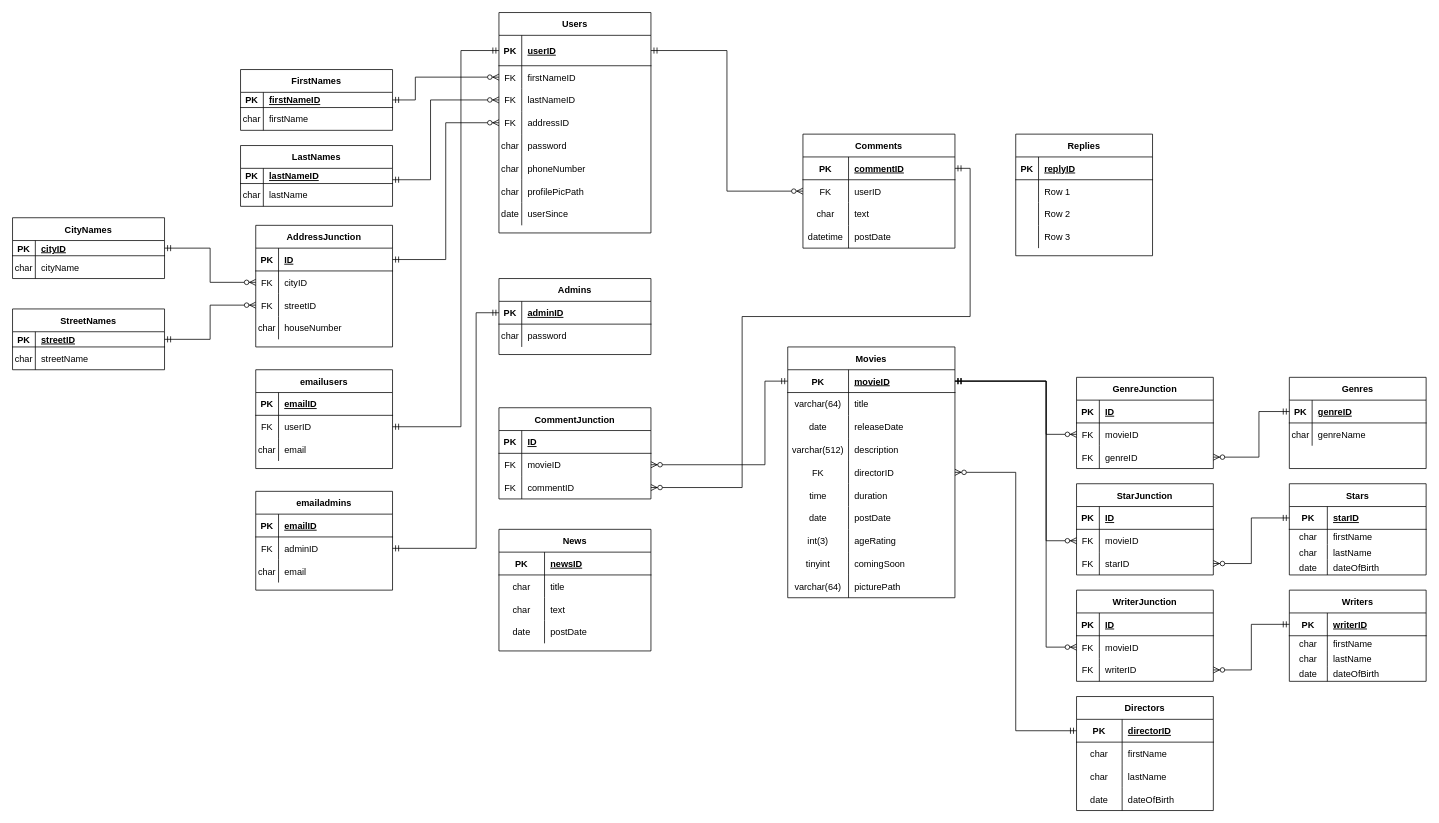
Before: FlickClickER.drawio in nikolailarsen01/FlickClick, a draw.io diagram. Source tidied: cells renumbered, new cells numbered last; positions are measured from the earlier drawing's top-left corner, leaving out a move shared by most shapes. Both pictures are drawn from the tidied source at 76%, with x=0, y=0 at pixel (12, 12).
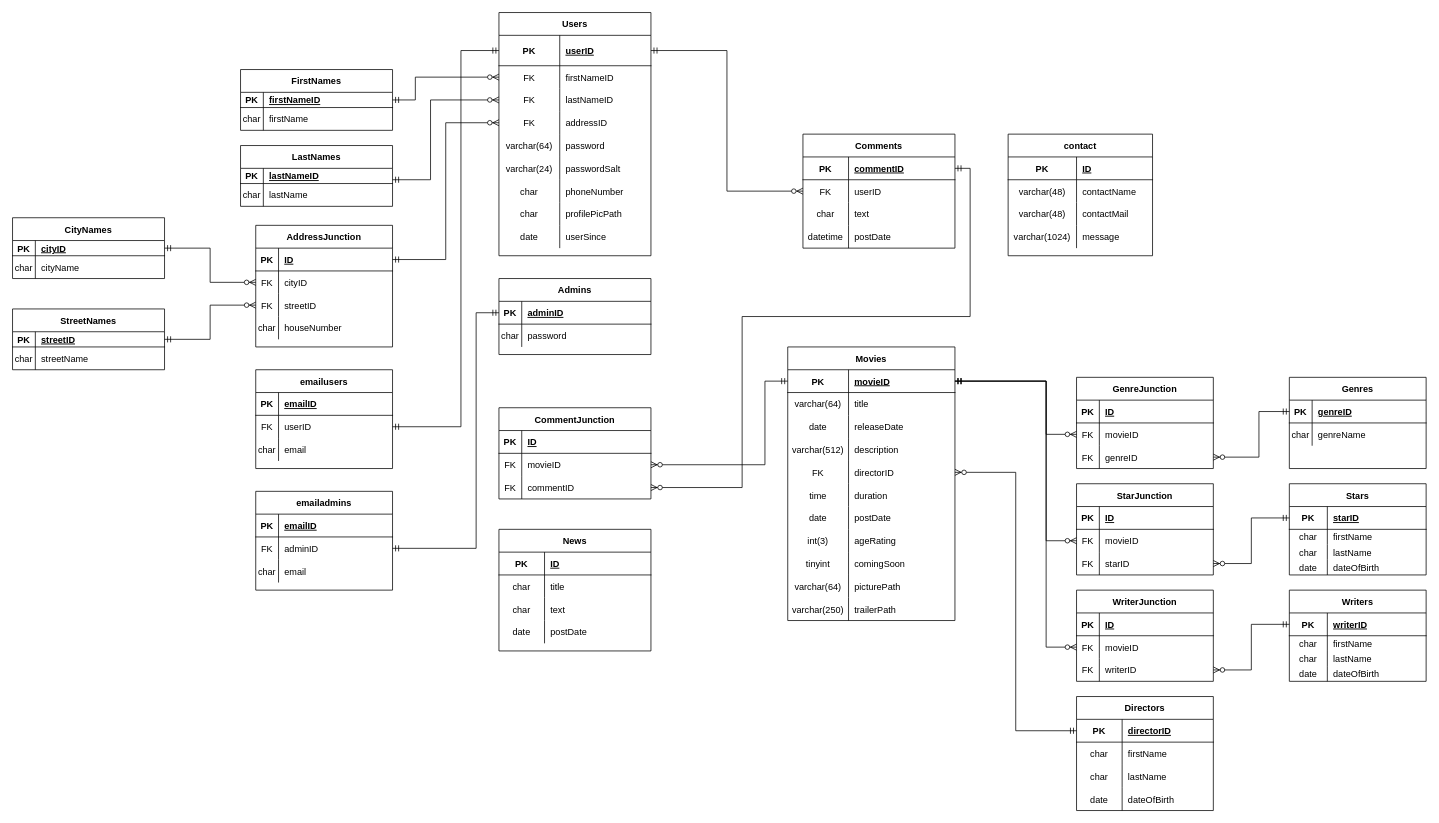
Above is the later version.

The change refers to these unchanged cells:
```xml
<mxCell id="3" style="shape=partialRectangle;fillColor=none;top=0;left=0;bottom=1;right=0;points=[[0,0.5],[1,0.5]];portConstraint=eastwest;" parent="2" vertex="1">
  <mxGeometry y="30" width="200" height="40" as="geometry" />
</mxCell>
<mxCell id="6" style="shape=partialRectangle;fillColor=none;top=0;left=0;bottom=0;right=0;points=[[0,0.5],[1,0.5]];portConstraint=eastwest;" parent="2" vertex="1">
  <mxGeometry y="70" width="200" height="30" as="geometry" />
</mxCell>
<mxCell id="9" style="shape=partialRectangle;fillColor=none;top=0;left=0;bottom=0;right=0;points=[[0,0.5],[1,0.5]];portConstraint=eastwest;" parent="2" vertex="1">
  <mxGeometry y="100" width="200" height="30" as="geometry" />
</mxCell>
<mxCell id="12" style="shape=partialRectangle;fillColor=none;top=0;left=0;bottom=0;right=0;points=[[0,0.5],[1,0.5]];portConstraint=eastwest;" parent="2" vertex="1">
  <mxGeometry y="130" width="200" height="30" as="geometry" />
</mxCell>
<mxCell id="15" style="shape=partialRectangle;fillColor=none;top=0;left=0;bottom=0;right=0;" parent="2" vertex="1">
  <mxGeometry y="160" width="200" height="30" as="geometry" />
</mxCell>
<mxCell id="101" style="shape=partialRectangle;fillColor=none;top=0;left=0;bottom=1;right=0;" parent="100" vertex="1">
  <mxGeometry y="30" width="200" height="30" as="geometry" />
</mxCell>
```

What changed in the source:
```diff
@@
     <mxCell id="2" value="Users" style="shape=table;startSize=30;childLayout=tableLayout;rowLines=0;fontStyle=1;align=center;" parent="1" vertex="1">
-      <mxGeometry x="640" width="200" height="290" as="geometry" />
+      <mxGeometry x="640" width="200" height="320" as="geometry" />
     </mxCell>
@@
     <mxCell id="4" value="PK" style="shape=partialRectangle;fillColor=none;top=0;left=0;bottom=0;right=0;fontStyle=1;overflow=hidden;" parent="3" vertex="1">
-      <mxGeometry width="30" height="40" as="geometry" />
+      <mxGeometry width="80" height="40" as="geometry" />
     </mxCell>
     <mxCell id="5" value="userID" style="shape=partialRectangle;fillColor=none;top=0;left=0;bottom=0;right=0;align=left;spacingLeft=6;fontStyle=5;overflow=hidden;" parent="3" vertex="1">
-      <mxGeometry x="30" width="170" height="40" as="geometry" />
+      <mxGeometry x="80" width="120" height="40" as="geometry" />
     </mxCell>
@@
     <mxCell id="7" value="FK" style="shape=partialRectangle;fillColor=none;top=0;left=0;bottom=0;right=0;overflow=hidden;" parent="6" vertex="1">
-      <mxGeometry width="30" height="30" as="geometry" />
+      <mxGeometry width="80" height="30" as="geometry" />
     </mxCell>
     <mxCell id="8" value="firstNameID" style="shape=partialRectangle;fillColor=none;top=0;left=0;bottom=0;right=0;align=left;spacingLeft=6;overflow=hidden;" parent="6" vertex="1">
-      <mxGeometry x="30" width="170" height="30" as="geometry" />
+      <mxGeometry x="80" width="120" height="30" as="geometry" />
     </mxCell>
@@
     <mxCell id="10" value="FK" style="shape=partialRectangle;fillColor=none;top=0;left=0;bottom=0;right=0;fontStyle=0;overflow=hidden;" parent="9" vertex="1">
-      <mxGeometry width="30" height="30" as="geometry" />
+      <mxGeometry width="80" height="30" as="geometry" />
     </mxCell>
     <mxCell id="11" value="lastNameID" style="shape=partialRectangle;fillColor=none;top=0;left=0;bottom=0;right=0;align=left;spacingLeft=6;fontStyle=0;overflow=hidden;" parent="9" vertex="1">
-      <mxGeometry x="30" width="170" height="30" as="geometry" />
+      <mxGeometry x="80" width="120" height="30" as="geometry" />
     </mxCell>
@@
     <mxCell id="13" value="FK" style="shape=partialRectangle;fillColor=none;top=0;left=0;bottom=0;right=0;fontStyle=0;overflow=hidden;" parent="12" vertex="1">
-      <mxGeometry width="30" height="30" as="geometry" />
+      <mxGeometry width="80" height="30" as="geometry" />
     </mxCell>
     <mxCell id="14" value="addressID" style="shape=partialRectangle;fillColor=none;top=0;left=0;bottom=0;right=0;align=left;spacingLeft=6;fontStyle=0;overflow=hidden;" parent="12" vertex="1">
-      <mxGeometry x="30" width="170" height="30" as="geometry" />
+      <mxGeometry x="80" width="120" height="30" as="geometry" />
     </mxCell>
@@
-    <mxCell id="16" value="char" style="shape=partialRectangle;fillColor=none;top=0;left=0;bottom=0;right=0;overflow=hidden;" parent="15" vertex="1">
-      <mxGeometry width="30" height="30" as="geometry" />
+    <mxCell id="16" value="varchar(64)" style="shape=partialRectangle;fillColor=none;top=0;left=0;bottom=0;right=0;overflow=hidden;" parent="15" vertex="1">
+      <mxGeometry width="80" height="30" as="geometry" />
     </mxCell>
     <mxCell id="17" value="password" style="shape=partialRectangle;fillColor=none;top=0;left=0;bottom=0;right=0;align=left;spacingLeft=6;overflow=hidden;" parent="15" vertex="1">
-      <mxGeometry x="30" width="170" height="30" as="geometry" />
+      <mxGeometry x="80" width="120" height="30" as="geometry" />
     </mxCell>
+    <mxCell id="269" style="shape=partialRectangle;fillColor=none;top=0;left=0;bottom=0;right=0;" parent="2" vertex="1">
+      <mxGeometry y="190" width="200" height="30" as="geometry" />
+    </mxCell>
+    <mxCell id="270" value="varchar(24)" style="shape=partialRectangle;fillColor=none;top=0;left=0;bottom=0;right=0;fontStyle=0;overflow=hidden;" parent="269" vertex="1">
+      <mxGeometry width="80" height="30" as="geometry" />
+    </mxCell>
+    <mxCell id="271" value="passwordSalt" style="shape=partialRectangle;fillColor=none;top=0;left=0;bottom=0;right=0;align=left;spacingLeft=6;fontStyle=0;overflow=hidden;" parent="269" vertex="1">
+      <mxGeometry x="80" width="120" height="30" as="geometry" />
+    </mxCell>
     <mxCell id="18" style="shape=partialRectangle;fillColor=none;top=0;left=0;bottom=0;right=0;" parent="2" vertex="1">
-      <mxGeometry y="190" width="200" height="30" as="geometry" />
+      <mxGeometry y="220" width="200" height="30" as="geometry" />
     </mxCell>
     <mxCell id="19" value="char" style="shape=partialRectangle;fillColor=none;top=0;left=0;bottom=0;right=0;fontStyle=0;overflow=hidden;" parent="18" vertex="1">
-      <mxGeometry width="30" height="30" as="geometry" />
+      <mxGeometry width="80" height="30" as="geometry" />
     </mxCell>
     <mxCell id="20" value="phoneNumber" style="shape=partialRectangle;fillColor=none;top=0;left=0;bottom=0;right=0;align=left;spacingLeft=6;fontStyle=0;overflow=hidden;" parent="18" vertex="1">
-      <mxGeometry x="30" width="170" height="30" as="geometry" />
+      <mxGeometry x="80" width="120" height="30" as="geometry" />
     </mxCell>
     <mxCell id="21" style="shape=partialRectangle;fillColor=none;top=0;left=0;bottom=0;right=0;" parent="2" vertex="1">
-      <mxGeometry y="220" width="200" height="30" as="geometry" />
+      <mxGeometry y="250" width="200" height="30" as="geometry" />
     </mxCell>
     <mxCell id="22" value="char" style="shape=partialRectangle;fillColor=none;top=0;left=0;bottom=0;right=0;fontStyle=0;overflow=hidden;" parent="21" vertex="1">
-      <mxGeometry width="30" height="30" as="geometry" />
+      <mxGeometry width="80" height="30" as="geometry" />
     </mxCell>
     <mxCell id="23" value="profilePicPath" style="shape=partialRectangle;fillColor=none;top=0;left=0;bottom=0;right=0;align=left;spacingLeft=6;fontStyle=0;overflow=hidden;" parent="21" vertex="1">
-      <mxGeometry x="30" width="170" height="30" as="geometry" />
+      <mxGeometry x="80" width="120" height="30" as="geometry" />
     </mxCell>
     <mxCell id="24" style="shape=partialRectangle;fillColor=none;top=0;left=0;bottom=0;right=0;" parent="2" vertex="1">
-      <mxGeometry y="250" width="200" height="30" as="geometry" />
+      <mxGeometry y="280" width="200" height="30" as="geometry" />
     </mxCell>
     <mxCell id="25" value="date" style="shape=partialRectangle;fillColor=none;top=0;left=0;bottom=0;right=0;fontStyle=0;overflow=hidden;" parent="24" vertex="1">
-      <mxGeometry width="30" height="30" as="geometry" />
+      <mxGeometry width="80" height="30" as="geometry" />
     </mxCell>
     <mxCell id="26" value="userSince" style="shape=partialRectangle;fillColor=none;top=0;left=0;bottom=0;right=0;align=left;spacingLeft=6;fontStyle=0;overflow=hidden;" parent="24" vertex="1">
-      <mxGeometry x="30" width="170" height="30" as="geometry" />
+      <mxGeometry x="80" width="120" height="30" as="geometry" />
     </mxCell>
     <mxCell id="27" value="Movies" style="shape=table;startSize=30;childLayout=tableLayout;rowLines=0;fontStyle=1;align=center;" parent="1" vertex="1">
-      <mxGeometry x="1020" y="440" width="220" height="330" as="geometry" />
+      <mxGeometry x="1020" y="440" width="220" height="360" as="geometry" />
     </mxCell>
@@
+    <mxCell id="272" style="shape=partialRectangle;fillColor=none;top=0;left=0;bottom=0;right=0;" parent="27" vertex="1">
+      <mxGeometry y="330" width="220" height="30" as="geometry" />
+    </mxCell>
+    <mxCell id="273" value="varchar(250)" style="shape=partialRectangle;fillColor=none;top=0;left=0;bottom=0;right=0;fontStyle=0;overflow=hidden;" parent="272" vertex="1">
+      <mxGeometry width="80" height="30" as="geometry" />
+    </mxCell>
+    <mxCell id="274" value="trailerPath" style="shape=partialRectangle;fillColor=none;top=0;left=0;bottom=0;right=0;align=left;spacingLeft=6;fontStyle=0;overflow=hidden;" parent="272" vertex="1">
+      <mxGeometry x="80" width="140" height="30" as="geometry" />
+    </mxCell>
@@
-    <mxCell id="73" value="Replies" style="shape=table;startSize=30;childLayout=tableLayout;rowLines=0;fontStyle=1;align=center;" parent="1" vertex="1">
-      <mxGeometry x="1320" y="160" width="180" height="160" as="geometry" />
+    <mxCell id="73" value="contact" style="shape=table;startSize=30;childLayout=tableLayout;rowLines=0;fontStyle=1;align=center;" parent="1" vertex="1">
+      <mxGeometry x="1310" y="160" width="190" height="160" as="geometry" />
     </mxCell>
     <mxCell id="74" style="shape=partialRectangle;fillColor=none;top=0;left=0;bottom=1;right=0;" parent="73" vertex="1">
-      <mxGeometry y="30" width="180" height="30" as="geometry" />
+      <mxGeometry y="30" width="190" height="30" as="geometry" />
     </mxCell>
     <mxCell id="75" value="PK" style="shape=partialRectangle;fillColor=none;top=0;left=0;bottom=0;right=0;fontStyle=1;overflow=hidden;" parent="74" vertex="1">
-      <mxGeometry width="30" height="30" as="geometry" />
+      <mxGeometry width="90" height="30" as="geometry" />
     </mxCell>
-    <mxCell id="76" value="replyID" style="shape=partialRectangle;fillColor=none;top=0;left=0;bottom=0;right=0;align=left;spacingLeft=6;fontStyle=5;overflow=hidden;" parent="74" vertex="1">
-      <mxGeometry x="30" width="150" height="30" as="geometry" />
+    <mxCell id="76" value="ID" style="shape=partialRectangle;fillColor=none;top=0;left=0;bottom=0;right=0;align=left;spacingLeft=6;fontStyle=5;overflow=hidden;" parent="74" vertex="1">
+      <mxGeometry x="90" width="100" height="30" as="geometry" />
     </mxCell>
     <mxCell id="77" style="shape=partialRectangle;fillColor=none;top=0;left=0;bottom=0;right=0;" parent="73" vertex="1">
-      <mxGeometry y="60" width="180" height="30" as="geometry" />
+      <mxGeometry y="60" width="190" height="30" as="geometry" />
     </mxCell>
-    <mxCell id="78" style="shape=partialRectangle;fillColor=none;top=0;left=0;bottom=0;right=0;overflow=hidden;" parent="77" vertex="1">
-      <mxGeometry width="30" height="30" as="geometry" />
+    <mxCell id="78" value="varchar(48)" style="shape=partialRectangle;fillColor=none;top=0;left=0;bottom=0;right=0;overflow=hidden;" parent="77" vertex="1">
+      <mxGeometry width="90" height="30" as="geometry" />
     </mxCell>
-    <mxCell id="79" value="Row 1" style="shape=partialRectangle;fillColor=none;top=0;left=0;bottom=0;right=0;align=left;spacingLeft=6;overflow=hidden;" parent="77" vertex="1">
-      <mxGeometry x="30" width="150" height="30" as="geometry" />
+    <mxCell id="79" value="contactName" style="shape=partialRectangle;fillColor=none;top=0;left=0;bottom=0;right=0;align=left;spacingLeft=6;overflow=hidden;" parent="77" vertex="1">
+      <mxGeometry x="90" width="100" height="30" as="geometry" />
     </mxCell>
     <mxCell id="80" style="shape=partialRectangle;fillColor=none;top=0;left=0;bottom=0;right=0;" parent="73" vertex="1">
-      <mxGeometry y="90" width="180" height="30" as="geometry" />
+      <mxGeometry y="90" width="190" height="30" as="geometry" />
     </mxCell>
-    <mxCell id="81" style="shape=partialRectangle;fillColor=none;top=0;left=0;bottom=0;right=0;overflow=hidden;" parent="80" vertex="1">
-      <mxGeometry width="30" height="30" as="geometry" />
+    <mxCell id="81" value="varchar(48)" style="shape=partialRectangle;fillColor=none;top=0;left=0;bottom=0;right=0;overflow=hidden;" parent="80" vertex="1">
+      <mxGeometry width="90" height="30" as="geometry" />
     </mxCell>
-    <mxCell id="82" value="Row 2" style="shape=partialRectangle;fillColor=none;top=0;left=0;bottom=0;right=0;align=left;spacingLeft=6;overflow=hidden;" parent="80" vertex="1">
-      <mxGeometry x="30" width="150" height="30" as="geometry" />
+    <mxCell id="82" value="contactMail" style="shape=partialRectangle;fillColor=none;top=0;left=0;bottom=0;right=0;align=left;spacingLeft=6;overflow=hidden;" parent="80" vertex="1">
+      <mxGeometry x="90" width="100" height="30" as="geometry" />
     </mxCell>
     <mxCell id="83" style="shape=partialRectangle;fillColor=none;top=0;left=0;bottom=0;right=0;" parent="73" vertex="1">
-      <mxGeometry y="120" width="180" height="30" as="geometry" />
+      <mxGeometry y="120" width="190" height="30" as="geometry" />
     </mxCell>
-    <mxCell id="84" style="shape=partialRectangle;fillColor=none;top=0;left=0;bottom=0;right=0;overflow=hidden;" parent="83" vertex="1">
-      <mxGeometry width="30" height="30" as="geometry" />
+    <mxCell id="84" value="varchar(1024)" style="shape=partialRectangle;fillColor=none;top=0;left=0;bottom=0;right=0;overflow=hidden;" parent="83" vertex="1">
+      <mxGeometry width="90" height="30" as="geometry" />
     </mxCell>
-    <mxCell id="85" value="Row 3" style="shape=partialRectangle;fillColor=none;top=0;left=0;bottom=0;right=0;align=left;spacingLeft=6;overflow=hidden;" parent="83" vertex="1">
-      <mxGeometry x="30" width="150" height="30" as="geometry" />
+    <mxCell id="85" value="message" style="shape=partialRectangle;fillColor=none;top=0;left=0;bottom=0;right=0;align=left;spacingLeft=6;overflow=hidden;" parent="83" vertex="1">
+      <mxGeometry x="90" width="100" height="30" as="geometry" />
     </mxCell>
@@
-    <mxCell id="103" value="newsID" style="shape=partialRectangle;fillColor=none;top=0;left=0;bottom=0;right=0;align=left;spacingLeft=6;fontStyle=5;overflow=hidden;" parent="101" vertex="1">
+    <mxCell id="103" value="ID" style="shape=partialRectangle;fillColor=none;top=0;left=0;bottom=0;right=0;align=left;spacingLeft=6;fontStyle=5;overflow=hidden;" parent="101" vertex="1">
       <mxGeometry x="60" width="140" height="30" as="geometry" />
     </mxCell>
```
